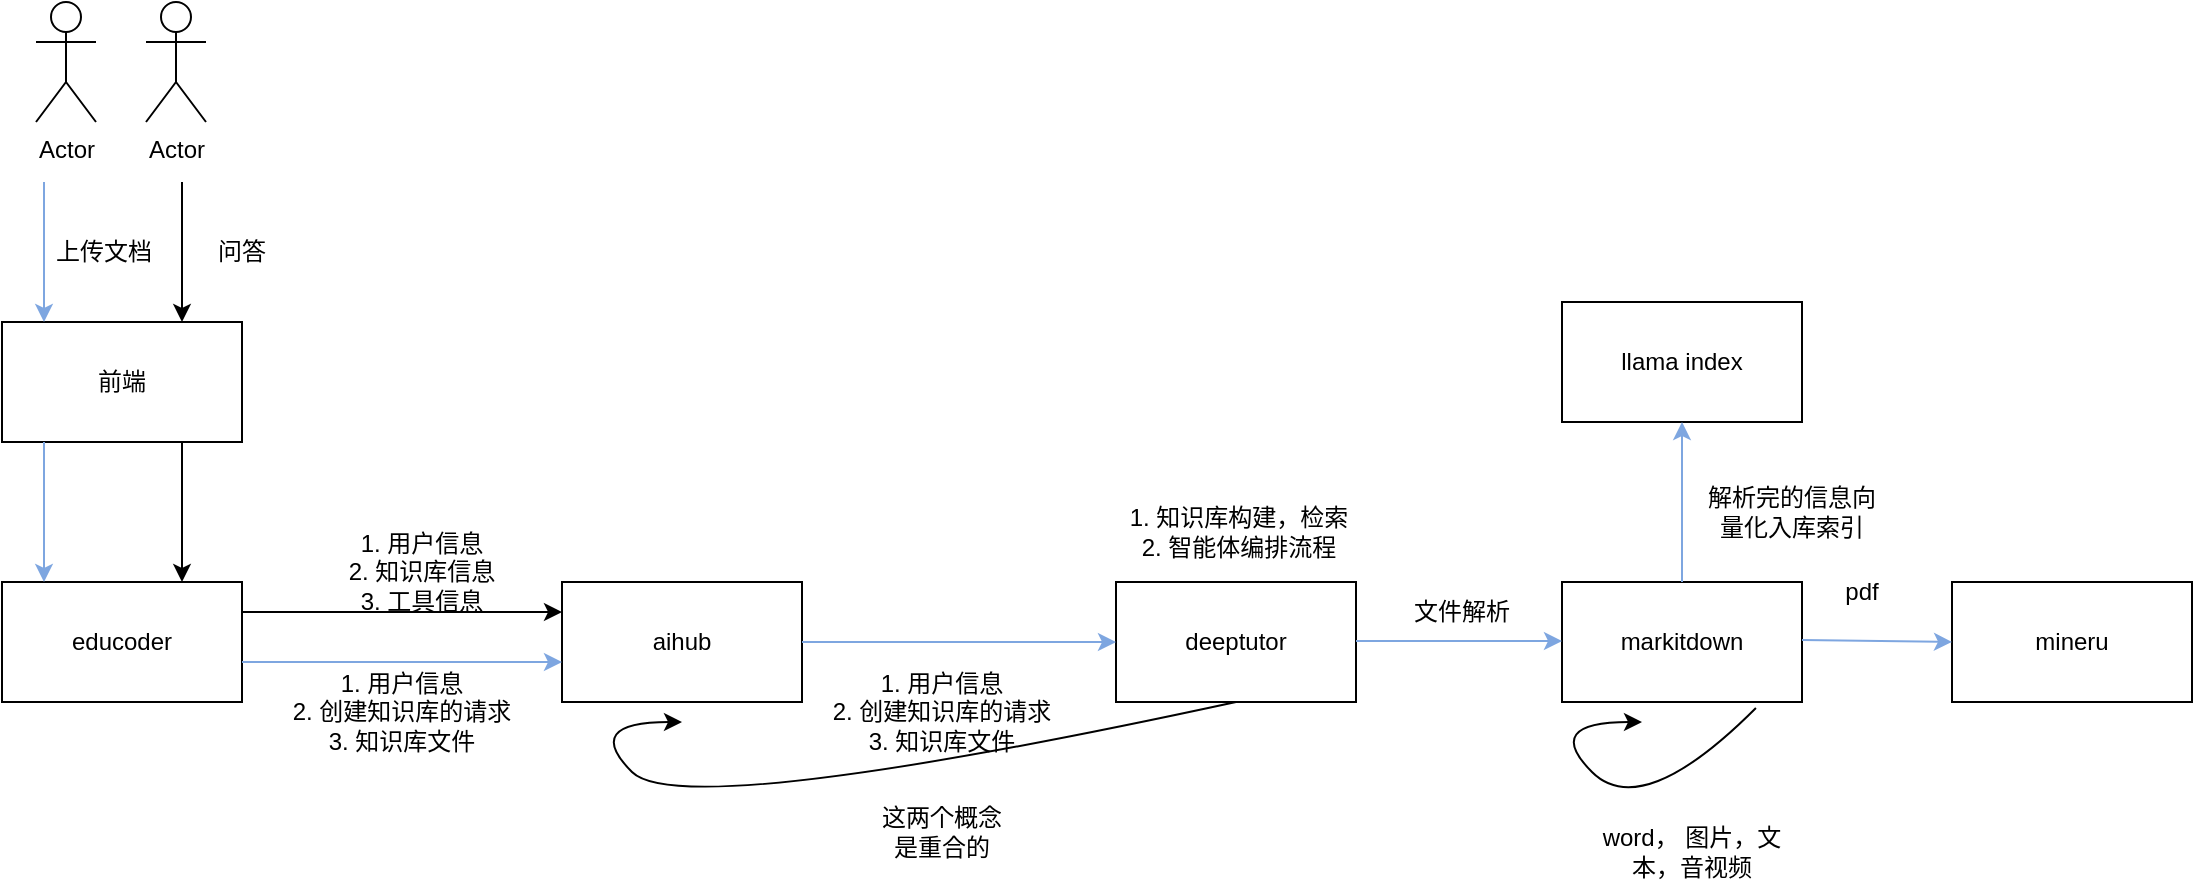
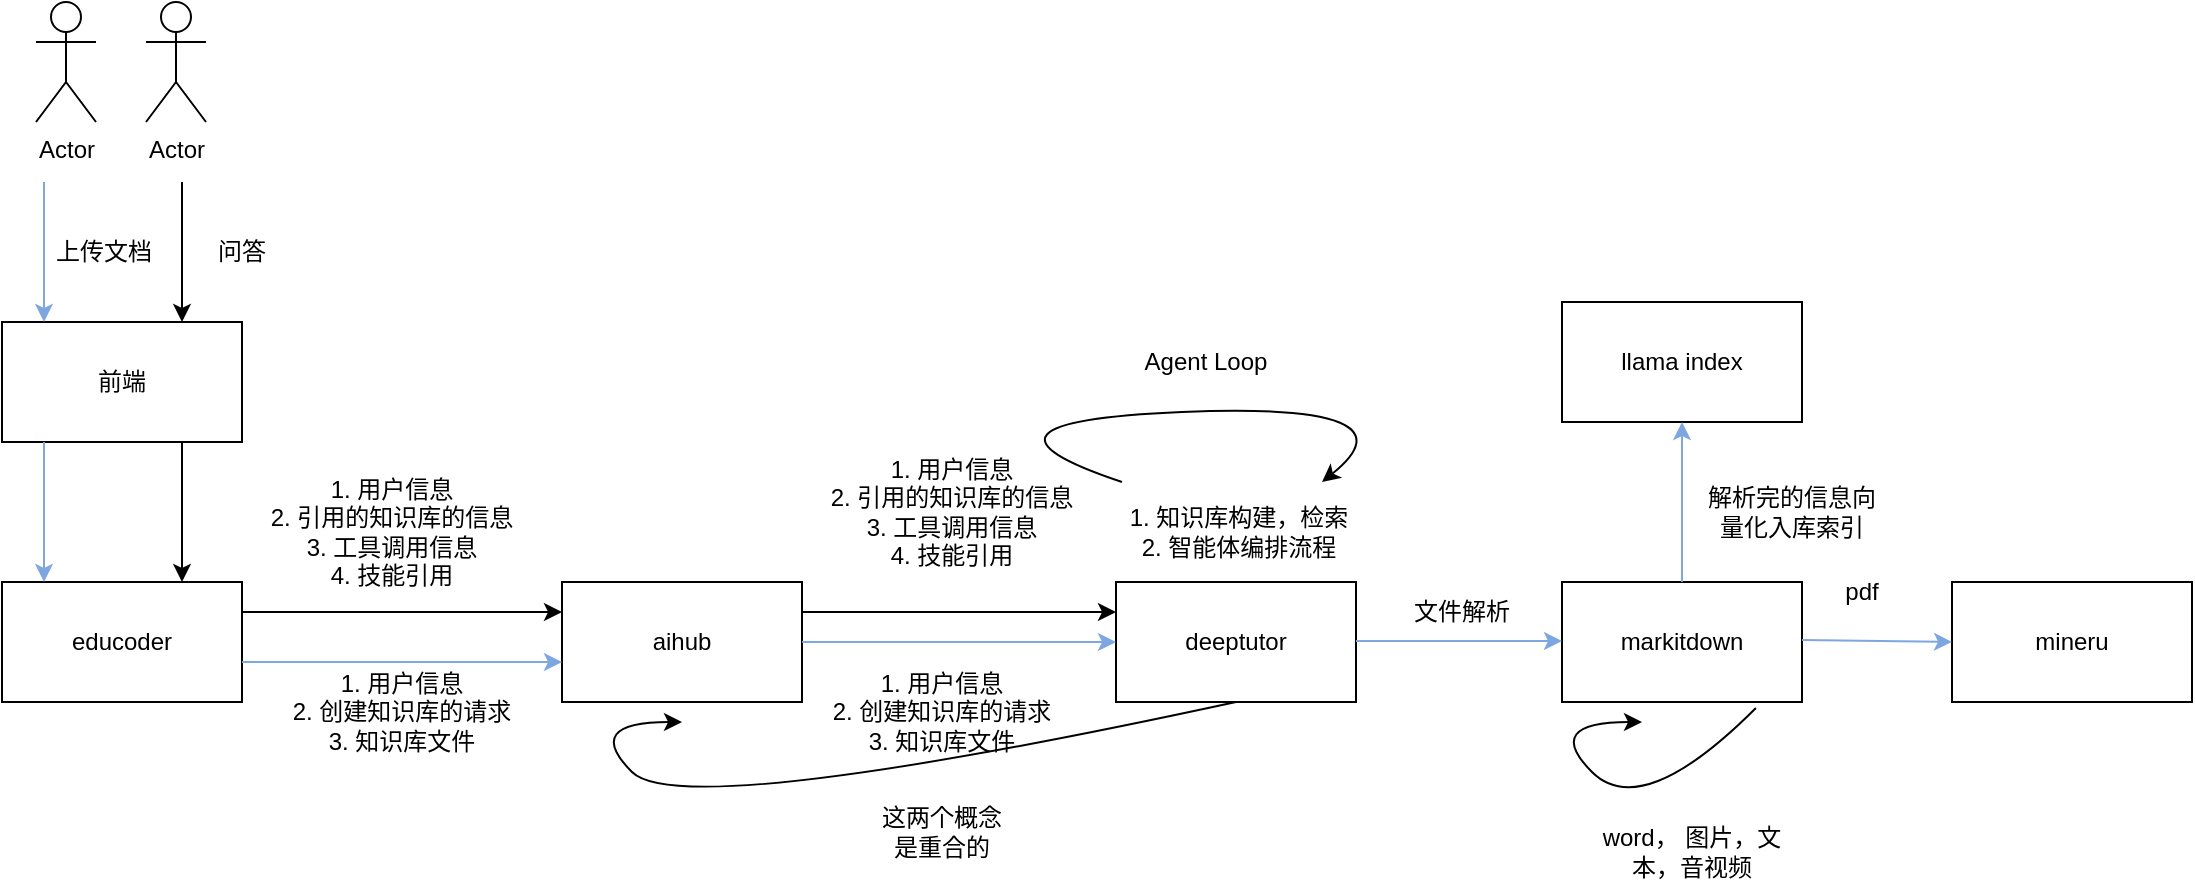
<mxfile host="app.diagrams.net">
  <diagram name="第 1 页" id="DrMcYtrXOvXWZPg6jI0c">
    <mxGraphModel dx="1352" dy="761" grid="1" gridSize="10" guides="1" tooltips="1" connect="1" arrows="1" fold="1" page="1" pageScale="1" pageWidth="1654" pageHeight="2336" math="0" shadow="0">
      <root>
        <mxCell id="0" />
        <mxCell id="1" parent="0" />
        <mxCell id="AipDd_lqgMobL2JespXm-1" parent="1" style="rounded=0;whiteSpace=wrap;html=1;" value="educoder" vertex="1">
          <mxGeometry height="60" width="120" x="240" y="500" as="geometry" />
        </mxCell>
        <mxCell id="AipDd_lqgMobL2JespXm-3" parent="1" style="rounded=0;whiteSpace=wrap;html=1;" value="aihub" vertex="1">
          <mxGeometry height="60" width="120" x="520" y="500" as="geometry" />
        </mxCell>
        <mxCell id="AipDd_lqgMobL2JespXm-4" parent="1" style="rounded=0;whiteSpace=wrap;html=1;" value="deeptutor" vertex="1">
          <mxGeometry height="60" width="120" x="797" y="500" as="geometry" />
        </mxCell>
        <mxCell id="AipDd_lqgMobL2JespXm-5" parent="1" style="rounded=0;whiteSpace=wrap;html=1;" value="mineru" vertex="1">
          <mxGeometry height="60" width="120" x="1215" y="500" as="geometry" />
        </mxCell>
        <mxCell id="AipDd_lqgMobL2JespXm-6" parent="1" style="rounded=0;whiteSpace=wrap;html=1;" value="markitdown" vertex="1">
          <mxGeometry height="60" width="120" x="1020" y="500" as="geometry" />
        </mxCell>
        <mxCell id="AipDd_lqgMobL2JespXm-9" parent="1" style="shape=umlActor;verticalLabelPosition=bottom;verticalAlign=top;html=1;outlineConnect=0;" value="Actor" vertex="1">
          <mxGeometry height="60" width="30" x="257" y="210" as="geometry" />
        </mxCell>
        <mxCell id="AipDd_lqgMobL2JespXm-10" parent="1" style="rounded=0;whiteSpace=wrap;html=1;" value="前端" vertex="1">
          <mxGeometry height="60" width="120" x="240" y="370" as="geometry" />
        </mxCell>
        <mxCell id="AipDd_lqgMobL2JespXm-11" edge="1" parent="1" style="endArrow=classic;html=1;rounded=0;entryX=0.5;entryY=0;entryDx=0;entryDy=0;strokeColor=#7EA6E0;" value="">
          <mxGeometry height="50" relative="1" width="50" as="geometry">
            <mxPoint x="261" y="300" as="sourcePoint" />
            <mxPoint x="261" y="370" as="targetPoint" />
          </mxGeometry>
        </mxCell>
        <mxCell id="AipDd_lqgMobL2JespXm-12" parent="1" style="text;html=1;whiteSpace=wrap;strokeColor=none;fillColor=none;align=center;verticalAlign=middle;rounded=0;" value="上传文档" vertex="1">
          <mxGeometry height="30" width="60" x="261" y="320" as="geometry" />
        </mxCell>
        <mxCell id="AipDd_lqgMobL2JespXm-13" parent="1" style="rounded=0;whiteSpace=wrap;html=1;" value="llama index" vertex="1">
          <mxGeometry height="60" width="120" x="1020" y="360" as="geometry" />
        </mxCell>
        <mxCell id="AipDd_lqgMobL2JespXm-14" edge="1" parent="1" style="endArrow=classic;html=1;rounded=0;exitX=0.5;exitY=1;exitDx=0;exitDy=0;entryX=0.5;entryY=0;entryDx=0;entryDy=0;strokeColor=#7EA6E0;" value="">
          <mxGeometry height="50" relative="1" width="50" as="geometry">
            <mxPoint x="261" y="430" as="sourcePoint" />
            <mxPoint x="261" y="500" as="targetPoint" />
          </mxGeometry>
        </mxCell>
        <mxCell id="AipDd_lqgMobL2JespXm-15" edge="1" parent="1" style="endArrow=classic;html=1;rounded=0;entryX=0;entryY=0.5;entryDx=0;entryDy=0;strokeColor=#7EA6E0;" value="">
          <mxGeometry height="50" relative="1" width="50" as="geometry">
            <mxPoint x="360" y="540" as="sourcePoint" />
            <mxPoint x="520" y="540" as="targetPoint" />
          </mxGeometry>
        </mxCell>
        <mxCell id="AipDd_lqgMobL2JespXm-16" parent="1" style="text;html=1;whiteSpace=wrap;strokeColor=none;fillColor=none;align=center;verticalAlign=middle;rounded=0;" value="1. 用户信息&lt;div&gt;2. 创建知识库的请求&lt;/div&gt;&lt;div&gt;3. 知识库文件&lt;/div&gt;" vertex="1">
          <mxGeometry height="30" width="120" x="380" y="550" as="geometry" />
        </mxCell>
        <mxCell id="AipDd_lqgMobL2JespXm-18" edge="1" parent="1" style="endArrow=classic;html=1;rounded=0;entryX=0;entryY=0.5;entryDx=0;entryDy=0;strokeColor=#7EA6E0;" target="AipDd_lqgMobL2JespXm-4" value="">
          <mxGeometry height="50" relative="1" width="50" as="geometry">
            <mxPoint x="640" y="530" as="sourcePoint" />
            <mxPoint x="690" y="480" as="targetPoint" />
          </mxGeometry>
        </mxCell>
        <mxCell id="AipDd_lqgMobL2JespXm-19" parent="1" style="text;html=1;whiteSpace=wrap;strokeColor=none;fillColor=none;align=center;verticalAlign=middle;rounded=0;" value="1. 用户信息&lt;div&gt;2. 创建知识库的请求&lt;/div&gt;&lt;div&gt;3. 知识库文件&lt;/div&gt;" vertex="1">
          <mxGeometry height="30" width="120" x="650" y="550" as="geometry" />
        </mxCell>
        <mxCell id="AipDd_lqgMobL2JespXm-20" edge="1" parent="1" style="endArrow=classic;html=1;rounded=0;strokeColor=#7EA6E0;" value="">
          <mxGeometry height="50" relative="1" width="50" as="geometry">
            <mxPoint x="917" y="529.5" as="sourcePoint" />
            <mxPoint x="1020" y="529.5" as="targetPoint" />
          </mxGeometry>
        </mxCell>
        <mxCell id="AipDd_lqgMobL2JespXm-21" parent="1" style="text;html=1;whiteSpace=wrap;strokeColor=none;fillColor=none;align=center;verticalAlign=middle;rounded=0;" value="文件解析" vertex="1">
          <mxGeometry height="30" width="60" x="940" y="500" as="geometry" />
        </mxCell>
        <mxCell id="AipDd_lqgMobL2JespXm-22" edge="1" parent="1" style="endArrow=classic;html=1;rounded=0;entryX=0;entryY=0.5;entryDx=0;entryDy=0;strokeColor=#7EA6E0;" target="AipDd_lqgMobL2JespXm-5" value="">
          <mxGeometry height="50" relative="1" width="50" as="geometry">
            <mxPoint x="1140" y="529" as="sourcePoint" />
            <mxPoint x="1243" y="529" as="targetPoint" />
          </mxGeometry>
        </mxCell>
        <mxCell id="AipDd_lqgMobL2JespXm-23" parent="1" style="text;html=1;whiteSpace=wrap;strokeColor=none;fillColor=none;align=center;verticalAlign=middle;rounded=0;" value="pdf" vertex="1">
          <mxGeometry height="30" width="60" x="1140" y="490" as="geometry" />
        </mxCell>
        <mxCell id="AipDd_lqgMobL2JespXm-24" edge="1" parent="1" source="AipDd_lqgMobL2JespXm-6" style="curved=1;endArrow=classic;html=1;rounded=0;exitX=0.808;exitY=1.05;exitDx=0;exitDy=0;exitPerimeter=0;" value="">
          <mxGeometry height="50" relative="1" width="50" as="geometry">
            <Array as="points">
              <mxPoint x="1060" y="620" />
              <mxPoint x="1010" y="570" />
            </Array>
            <mxPoint x="1080" y="600" as="sourcePoint" />
            <mxPoint x="1060" y="570" as="targetPoint" />
          </mxGeometry>
        </mxCell>
        <mxCell id="AipDd_lqgMobL2JespXm-25" parent="1" style="text;html=1;whiteSpace=wrap;strokeColor=none;fillColor=none;align=center;verticalAlign=middle;rounded=0;" value="word， 图片，文本，音视频" vertex="1">
          <mxGeometry height="30" width="110" x="1030" y="620" as="geometry" />
        </mxCell>
        <mxCell id="AipDd_lqgMobL2JespXm-26" edge="1" parent="1" source="AipDd_lqgMobL2JespXm-6" style="endArrow=classic;html=1;rounded=0;exitX=0.5;exitY=0;exitDx=0;exitDy=0;strokeColor=#7EA6E0;" value="">
          <mxGeometry height="50" relative="1" width="50" as="geometry">
            <mxPoint x="1080" y="490" as="sourcePoint" />
            <mxPoint x="1080" y="420" as="targetPoint" />
          </mxGeometry>
        </mxCell>
        <mxCell id="AipDd_lqgMobL2JespXm-27" parent="1" style="text;html=1;whiteSpace=wrap;strokeColor=none;fillColor=none;align=center;verticalAlign=middle;rounded=0;" value="解析完的信息向量化入库索引" vertex="1">
          <mxGeometry height="30" width="90" x="1090" y="450" as="geometry" />
        </mxCell>
        <mxCell id="AipDd_lqgMobL2JespXm-28" parent="1" style="text;html=1;whiteSpace=wrap;strokeColor=none;fillColor=none;align=center;verticalAlign=middle;rounded=0;" value="1. 知识库构建，检索&lt;div&gt;2. 智能体编排流程&lt;/div&gt;" vertex="1">
          <mxGeometry height="30" width="123" x="797" y="460" as="geometry" />
        </mxCell>
        <mxCell id="AipDd_lqgMobL2JespXm-30" edge="1" parent="1" source="AipDd_lqgMobL2JespXm-4" style="curved=1;endArrow=classic;html=1;rounded=0;exitX=0.5;exitY=1;exitDx=0;exitDy=0;" value="">
          <mxGeometry height="50" relative="1" width="50" as="geometry">
            <Array as="points">
              <mxPoint x="580" y="620" />
              <mxPoint x="530" y="570" />
            </Array>
            <mxPoint x="530" y="620" as="sourcePoint" />
            <mxPoint x="580" y="570" as="targetPoint" />
          </mxGeometry>
        </mxCell>
        <mxCell id="AipDd_lqgMobL2JespXm-31" parent="1" style="text;html=1;whiteSpace=wrap;strokeColor=none;fillColor=none;align=center;verticalAlign=middle;rounded=0;" value="这两个概念&lt;div&gt;是重合的&lt;/div&gt;" vertex="1">
          <mxGeometry height="30" width="100" x="660" y="610" as="geometry" />
        </mxCell>
        <mxCell id="AipDd_lqgMobL2JespXm-32" parent="1" style="shape=umlActor;verticalLabelPosition=bottom;verticalAlign=top;html=1;outlineConnect=0;" value="Actor" vertex="1">
          <mxGeometry height="60" width="30" x="312" y="210" as="geometry" />
        </mxCell>
        <mxCell id="AipDd_lqgMobL2JespXm-33" edge="1" parent="1" style="endArrow=classic;html=1;rounded=0;entryX=0.75;entryY=0;entryDx=0;entryDy=0;" target="AipDd_lqgMobL2JespXm-10" value="">
          <mxGeometry height="50" relative="1" width="50" as="geometry">
            <mxPoint x="330" y="300" as="sourcePoint" />
            <mxPoint x="380" y="250" as="targetPoint" />
          </mxGeometry>
        </mxCell>
        <mxCell id="AipDd_lqgMobL2JespXm-34" parent="1" style="text;html=1;whiteSpace=wrap;strokeColor=none;fillColor=none;align=center;verticalAlign=middle;rounded=0;" value="问答" vertex="1">
          <mxGeometry height="30" width="60" x="330" y="320" as="geometry" />
        </mxCell>
        <mxCell id="AipDd_lqgMobL2JespXm-35" edge="1" parent="1" style="endArrow=classic;html=1;rounded=0;entryX=0.75;entryY=0;entryDx=0;entryDy=0;" target="AipDd_lqgMobL2JespXm-1" value="">
          <mxGeometry height="50" relative="1" width="50" as="geometry">
            <mxPoint x="330" y="430" as="sourcePoint" />
            <mxPoint x="380" y="380" as="targetPoint" />
          </mxGeometry>
        </mxCell>
        <mxCell id="AipDd_lqgMobL2JespXm-36" edge="1" parent="1" source="AipDd_lqgMobL2JespXm-1" style="endArrow=classic;html=1;rounded=0;entryX=0;entryY=0.25;entryDx=0;entryDy=0;exitX=1;exitY=0.25;exitDx=0;exitDy=0;" target="AipDd_lqgMobL2JespXm-3" value="">
          <mxGeometry height="50" relative="1" width="50" as="geometry">
            <mxPoint x="360" y="520" as="sourcePoint" />
            <mxPoint x="410" y="470" as="targetPoint" />
          </mxGeometry>
        </mxCell>
-         <mxCell id="AipDd_lqgMobL2JespXm-37" parent="1" style="text;html=1;whiteSpace=wrap;strokeColor=none;fillColor=none;align=center;verticalAlign=middle;rounded=0;" value="1. 用户信息&lt;div&gt;2. 知识库信息&lt;/div&gt;&lt;div&gt;3. 工具信息&lt;/div&gt;" vertex="1">
-           <mxGeometry height="30" width="100" x="400" y="480" as="geometry" />
+         <mxCell id="AipDd_lqgMobL2JespXm-37" parent="1" style="text;html=1;whiteSpace=wrap;strokeColor=none;fillColor=none;align=center;verticalAlign=middle;rounded=0;" value="1. 用户信息&lt;div&gt;2. 引用的知识库的信息&lt;/div&gt;&lt;div&gt;3. 工具调用信息&lt;/div&gt;&lt;div&gt;4. 技能引用&lt;/div&gt;" vertex="1">
+           <mxGeometry height="30" width="130" x="370" y="460" as="geometry" />
+         </mxCell>
+         <mxCell id="Uy54jUrV_ECOKgjqeGfl-1" parent="1" style="text;html=1;whiteSpace=wrap;strokeColor=none;fillColor=none;align=center;verticalAlign=middle;rounded=0;" value="1. 用户信息&lt;div&gt;2. 引用的知识库的信息&lt;/div&gt;&lt;div&gt;3. 工具调用信息&lt;/div&gt;&lt;div&gt;4. 技能引用&lt;/div&gt;" vertex="1">
+           <mxGeometry height="30" width="130" x="650" y="450" as="geometry" />
+         </mxCell>
+         <mxCell id="Uy54jUrV_ECOKgjqeGfl-2" edge="1" parent="1" source="AipDd_lqgMobL2JespXm-3" style="endArrow=classic;html=1;rounded=0;entryX=0;entryY=0.25;entryDx=0;entryDy=0;exitX=1;exitY=0.25;exitDx=0;exitDy=0;" target="AipDd_lqgMobL2JespXm-4" value="">
+           <mxGeometry height="50" relative="1" width="50" as="geometry">
+             <mxPoint x="640" y="520" as="sourcePoint" />
+             <mxPoint x="690" y="470" as="targetPoint" />
+           </mxGeometry>
+         </mxCell>
+         <mxCell id="Uy54jUrV_ECOKgjqeGfl-3" edge="1" parent="1" style="curved=1;endArrow=classic;html=1;rounded=0;" value="">
+           <mxGeometry height="50" relative="1" width="50" as="geometry">
+             <Array as="points">
+               <mxPoint x="710" y="420" />
+               <mxPoint x="950" y="410" />
+             </Array>
+             <mxPoint x="800" y="450" as="sourcePoint" />
+             <mxPoint x="900" y="450" as="targetPoint" />
+           </mxGeometry>
+         </mxCell>
+         <mxCell id="Uy54jUrV_ECOKgjqeGfl-5" parent="1" style="text;html=1;whiteSpace=wrap;strokeColor=none;fillColor=none;align=center;verticalAlign=middle;rounded=0;" value="Agent Loop" vertex="1">
+           <mxGeometry height="30" width="90" x="797" y="375" as="geometry" />
        </mxCell>
      </root>
    </mxGraphModel>
  </diagram>
</mxfile>
